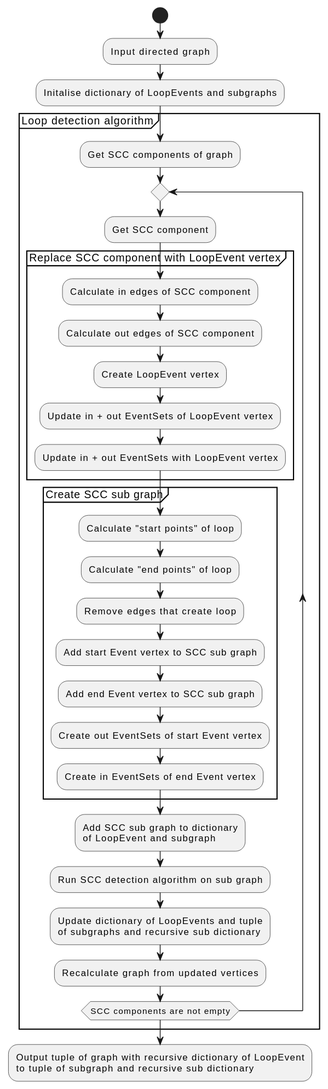
This is docs/development/design/1-DN-SCC_loop_detection/Algorithm_Overview.svg from xtuml/otel2puml, a PlantUML export, as it was before one commit. Source of this version:
```plantuml
@startuml
    start
    :Input directed graph;
    :Initalise dictionary of LoopEvents and subgraphs;
    partition "Loop detection algorithm" {
        :Get SCC components of graph;
        repeat
            :Get SCC component;
            partition "Replace SCC component with LoopEvent vertex" {
                :Calculate in edges of SCC component;
                :Calculate out edges of SCC component;
                :Create LoopEvent vertex;
                :Update in + out EventSets of LoopEvent vertex;
                :Update in + out EventSets with LoopEvent vertex;
            }
            partition "Create SCC sub graph" {
                :Calculate "start points" of loop;
                :Calculate "end points" of loop;
                :Remove edges that create loop;
                :Add start Event vertex to SCC sub graph;
                :Add end Event vertex to SCC sub graph;
                :Create out EventSets of start Event vertex;
                :Create in EventSets of end Event vertex;
            }
            :Add SCC sub graph to dictionary\nof LoopEvent and subgraph;
            :Run SCC detection algorithm on sub graph;
            :Update dictionary of LoopEvents and tuple\nof subgraphs and recursive sub dictionary;
            :Recalculate graph from updated vertices;
        repeat while (SCC components are not empty)
    }
    :Output tuple of graph with recursive dictionary of LoopEvent\nto tuple of subgraph and recursive sub dictionary;
@enduml
```
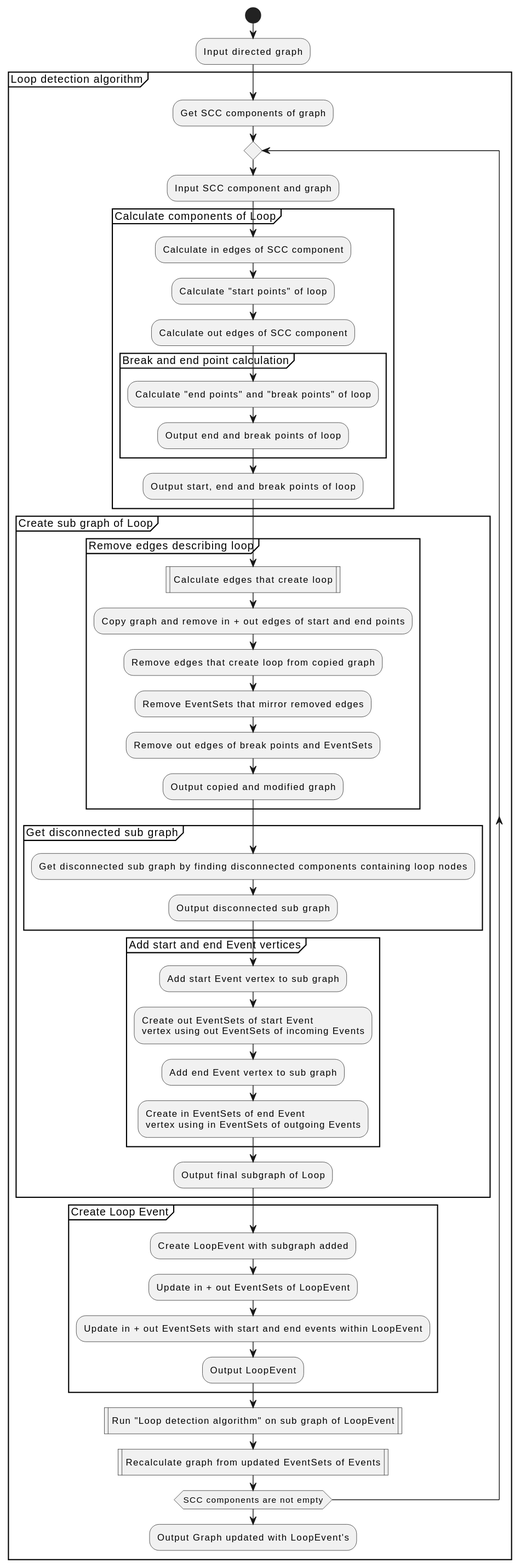
After the change.

Commit message:
CDSTP-57 Update algorithm for loop detection

Change to the diagram source:
```diff
@@ -1,32 +1,50 @@
 @startuml
     start
     :Input directed graph;
-    :Initalise dictionary of LoopEvents and subgraphs;
     partition "Loop detection algorithm" {
         :Get SCC components of graph;
         repeat
-            :Get SCC component;
-            partition "Replace SCC component with LoopEvent vertex" {
+            :Input SCC component and graph;
+            partition "Calculate components of Loop" {
                 :Calculate in edges of SCC component;
+                :Calculate "start points" of loop;
                 :Calculate out edges of SCC component;
-                :Create LoopEvent vertex;
-                :Update in + out EventSets of LoopEvent vertex;
-                :Update in + out EventSets with LoopEvent vertex;
+                partition "Break and end point calculation" {
+                    :Calculate "end points" and "break points" of loop;
+                    :Output end and break points of loop;
+                }
+                :Output start, end and break points of loop;
             }
-            partition "Create SCC sub graph" {
-                :Calculate "start points" of loop;
-                :Calculate "end points" of loop;
-                :Remove edges that create loop;
-                :Add start Event vertex to SCC sub graph;
-                :Add end Event vertex to SCC sub graph;
-                :Create out EventSets of start Event vertex;
-                :Create in EventSets of end Event vertex;
+            partition "Create sub graph of Loop" {
+                partition "Remove edges describing loop" {
+                    :Calculate edges that create loop|
+                    :Copy graph and remove in + out edges of start and end points;
+                    :Remove edges that create loop from copied graph;
+                    :Remove EventSets that mirror removed edges;
+                    :Remove out edges of break points and EventSets;
+                    :Output copied and modified graph;
+                }
+                partition "Get disconnected sub graph" {
+                    :Get disconnected sub graph by finding disconnected components containing loop nodes;
+                    :Output disconnected sub graph;
+                }
+                partition "Add start and end Event vertices" {
+                    :Add start Event vertex to sub graph;
+                    :Create out EventSets of start Event\nvertex using out EventSets of incoming Events;
+                    :Add end Event vertex to sub graph;
+                    :Create in EventSets of end Event\nvertex using in EventSets of outgoing Events;
+                }
+                :Output final subgraph of Loop;
             }
-            :Add SCC sub graph to dictionary\nof LoopEvent and subgraph;
-            :Run SCC detection algorithm on sub graph;
-            :Update dictionary of LoopEvents and tuple\nof subgraphs and recursive sub dictionary;
-            :Recalculate graph from updated vertices;
+            partition "Create Loop Event" {
+                :Create LoopEvent with subgraph added;
+                :Update in + out EventSets of LoopEvent;
+                :Update in + out EventSets with start and end events within LoopEvent;
+                :Output LoopEvent;
+            }
+            :Run "Loop detection algorithm" on sub graph of LoopEvent|
+            :Recalculate graph from updated EventSets of Events|
         repeat while (SCC components are not empty)
+        :Output Graph updated with LoopEvent's;
     }
-    :Output tuple of graph with recursive dictionary of LoopEvent\nto tuple of subgraph and recursive sub dictionary;
 @enduml
```
